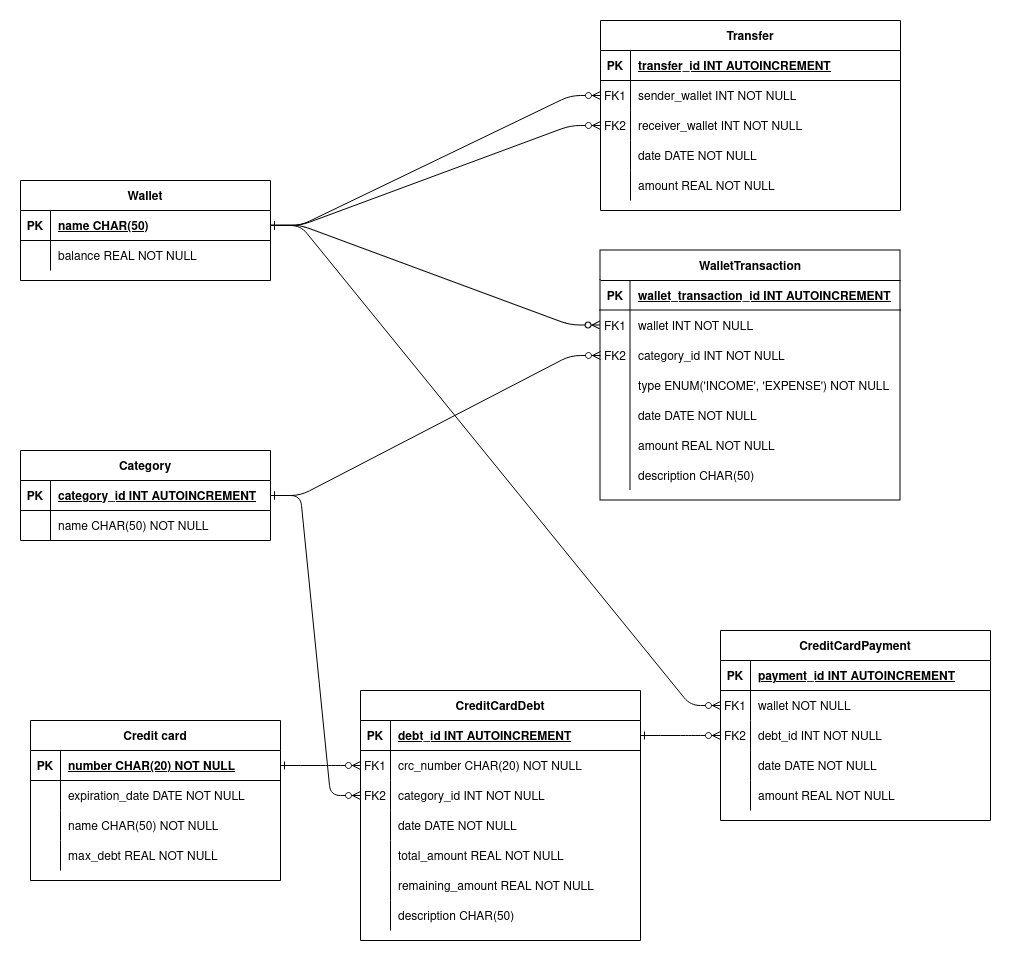
Before: docs/db_ER_model.png, a diagram exported from draw.io (luk3rr/MFN). Source tidied: cells renumbered, new cells last; positions are measured from the earlier drawing's top-left corner, leaving out a move shared by most shapes.
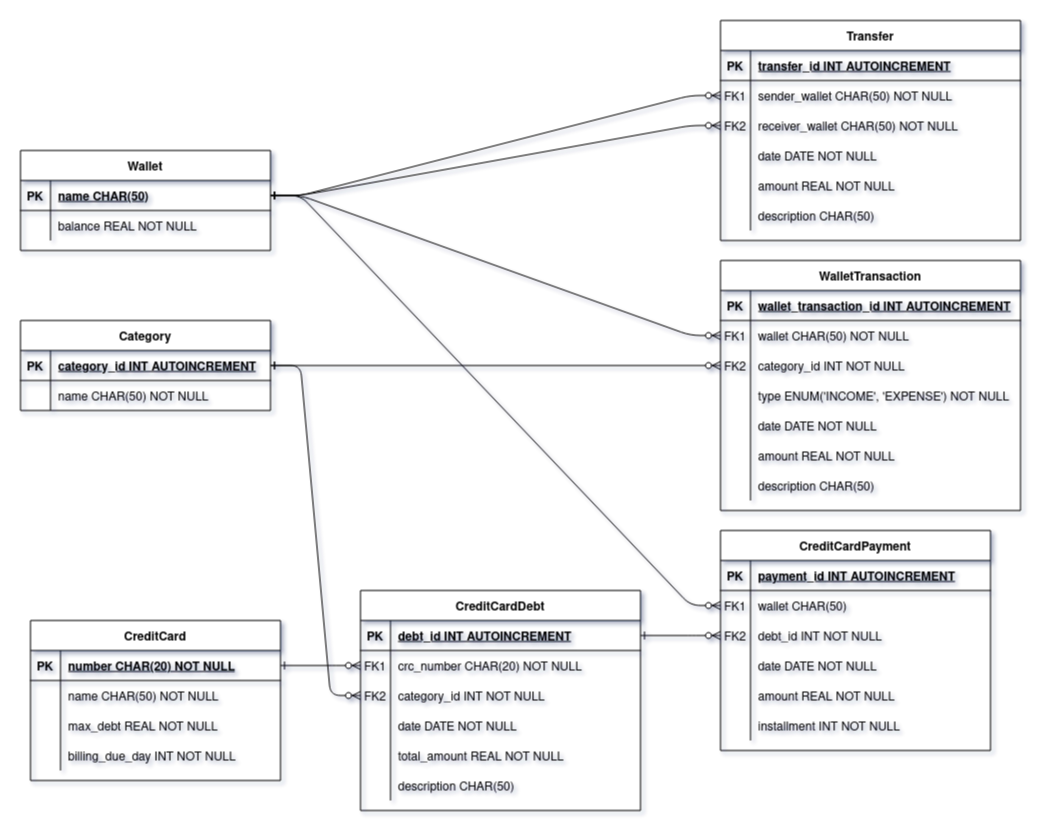
The same diagram one commit later.

What changed in the source:
```diff
@@ -6,7 +6,7 @@
       <mxGeometry relative="1" as="geometry" />
     </mxCell>
     <mxCell id="3" value="WalletTransaction" style="shape=table;startSize=30;rowLines=0;fontStyle=1;align=center;" parent="1" vertex="1">
-      <mxGeometry x="580" y="230" width="300" height="250" as="geometry" />
+      <mxGeometry x="700" y="270" width="300" height="250" as="geometry" />
     </mxCell>
     <mxCell id="4" style="shape=partialRectangle;fillColor=none;top=0;left=0;right=0;bottom=1;" parent="3" vertex="1">
       <mxGeometry y="30" width="300" height="30" as="geometry" />
@@ -23,7 +23,7 @@
     <mxCell id="8" value="FK1" style="shape=partialRectangle;overflow=hidden;fillColor=none;top=0;left=0;bottom=0;right=0;" parent="7" vertex="1">
       <mxGeometry width="30" height="30" as="geometry" />
     </mxCell>
-    <mxCell id="9" value="wallet INT NOT NULL" style="shape=partialRectangle;overflow=hidden;fillColor=none;top=0;left=0;bottom=0;right=0;align=left;spacingLeft=6;" parent="7" vertex="1">
+    <mxCell id="9" value="wallet CHAR(50) NOT NULL" style="shape=partialRectangle;overflow=hidden;fillColor=none;top=0;left=0;bottom=0;right=0;align=left;spacingLeft=6;" parent="7" vertex="1">
       <mxGeometry x="30" width="270" height="30" as="geometry" />
     </mxCell>
     <mxCell id="10" style="shape=partialRectangle;fillColor=none;points=[[0,0.5],[1,0.5]];portConstraint=eastwest;top=0;left=0;right=0;bottom=0;" parent="3" vertex="1">
@@ -71,8 +71,8 @@
     <mxCell id="24" value="description CHAR(50)" style="shape=partialRectangle;overflow=hidden;fillColor=none;top=0;left=0;bottom=0;right=0;align=left;spacingLeft=6;" parent="22" vertex="1">
       <mxGeometry x="30" width="270" height="30" as="geometry" />
     </mxCell>
-    <mxCell id="25" value="Credit card" style="shape=table;startSize=30;rowLines=0;fontStyle=1;align=center;" parent="1" vertex="1">
-      <mxGeometry x="10" y="700" width="250" height="160" as="geometry" />
+    <mxCell id="25" value="CreditCard" style="shape=table;startSize=30;rowLines=0;fontStyle=1;align=center;" parent="1" vertex="1">
+      <mxGeometry x="10" y="630" width="250" height="160" as="geometry" />
     </mxCell>
     <mxCell id="26" style="shape=partialRectangle;fillColor=none;points=[[0,0.5],[1,0.5]];portConstraint=eastwest;top=0;left=0;right=0;bottom=1;" parent="25" vertex="1">
       <mxGeometry y="30" width="250" height="30" as="geometry" />
@@ -89,20 +89,11 @@
     <mxCell id="30" style="shape=partialRectangle;overflow=hidden;fillColor=none;top=0;left=0;bottom=0;right=0;" parent="29" vertex="1">
       <mxGeometry width="30" height="30" as="geometry" />
     </mxCell>
-    <mxCell id="31" value="expiration_date DATE NOT NULL" style="shape=partialRectangle;overflow=hidden;fillColor=none;top=0;left=0;bottom=0;right=0;align=left;spacingLeft=6;" parent="29" vertex="1">
+    <mxCell id="31" style="shape=partialRectangle;overflow=hidden;fillColor=none;top=0;left=0;bottom=0;right=0;align=left;spacingLeft=6;" parent="29" vertex="1">
       <mxGeometry x="30" width="220" height="30" as="geometry" />
     </mxCell>
-    <mxCell id="32" style="shape=partialRectangle;fillColor=none;top=0;left=0;right=0;bottom=0;" parent="25" vertex="1">
-      <mxGeometry y="90" width="250" height="30" as="geometry" />
-    </mxCell>
-    <mxCell id="33" style="shape=partialRectangle;overflow=hidden;fillColor=none;top=0;left=0;bottom=0;right=0;" parent="32" vertex="1">
-      <mxGeometry width="30" height="30" as="geometry" />
-    </mxCell>
-    <mxCell id="34" value="name CHAR(50) NOT NULL" style="shape=partialRectangle;overflow=hidden;fillColor=none;top=0;left=0;bottom=0;right=0;align=left;spacingLeft=6;" parent="32" vertex="1">
-      <mxGeometry x="30" width="220" height="30" as="geometry" />
-    </mxCell>
     <mxCell id="35" style="shape=partialRectangle;fillColor=none;top=0;left=0;right=0;bottom=0;" parent="25" vertex="1">
-      <mxGeometry y="120" width="250" height="30" as="geometry" />
+      <mxGeometry y="90" width="250" height="30" as="geometry" />
     </mxCell>
     <mxCell id="36" style="shape=partialRectangle;overflow=hidden;fillColor=none;top=0;left=0;bottom=0;right=0;" parent="35" vertex="1">
       <mxGeometry width="30" height="30" as="geometry" />
@@ -110,6 +101,15 @@
     <mxCell id="37" value="max_debt REAL NOT NULL" style="shape=partialRectangle;overflow=hidden;fillColor=none;top=0;left=0;bottom=0;right=0;align=left;spacingLeft=6;" parent="35" vertex="1">
       <mxGeometry x="30" width="220" height="30" as="geometry" />
     </mxCell>
+    <mxCell id="115" style="shape=partialRectangle;fillColor=none;top=0;left=0;right=0;bottom=0;" parent="25" vertex="1">
+      <mxGeometry y="120" width="250" height="30" as="geometry" />
+    </mxCell>
+    <mxCell id="116" style="shape=partialRectangle;overflow=hidden;fillColor=none;top=0;left=0;bottom=0;right=0;" parent="115" vertex="1">
+      <mxGeometry width="30" height="30" as="geometry" />
+    </mxCell>
+    <mxCell id="117" style="shape=partialRectangle;overflow=hidden;fillColor=none;top=0;left=0;bottom=0;right=0;align=left;spacingLeft=6;" parent="115" vertex="1">
+      <mxGeometry x="30" width="220" height="30" as="geometry" />
+    </mxCell>
     <mxCell id="38" value="Wallet" style="shape=table;startSize=30;rowLines=0;fontStyle=1;align=center;" parent="1" vertex="1">
       <mxGeometry y="160" width="250" height="100" as="geometry" />
     </mxCell>
@@ -141,7 +141,7 @@
       <mxGeometry relative="1" as="geometry" />
     </mxCell>
     <mxCell id="48" value="Category" style="shape=table;startSize=30;rowLines=0;fontStyle=1;align=center;" parent="1" vertex="1">
-      <mxGeometry y="430" width="250" height="90" as="geometry" />
+      <mxGeometry y="330" width="250" height="90" as="geometry" />
     </mxCell>
     <mxCell id="49" style="shape=partialRectangle;fillColor=none;points=[[0,0.5],[1,0.5]];portConstraint=eastwest;top=0;left=0;right=0;bottom=1;" parent="48" vertex="1">
       <mxGeometry y="30" width="250" height="30" as="geometry" />
@@ -165,7 +165,7 @@
       <mxGeometry relative="1" as="geometry" />
     </mxCell>
     <mxCell id="56" value="CreditCardDebt" style="shape=table;startSize=30;rowLines=0;fontStyle=1;align=center;" parent="1" vertex="1">
-      <mxGeometry x="340" y="670" width="280" height="250" as="geometry" />
+      <mxGeometry x="340" y="600" width="280" height="220" as="geometry" />
     </mxCell>
     <mxCell id="57" style="shape=partialRectangle;fillColor=none;points=[[0,0.5],[1,0.5]];portConstraint=eastwest;top=0;left=0;right=0;bottom=1;" parent="56" vertex="1">
       <mxGeometry y="30" width="280" height="30" as="geometry" />
@@ -212,17 +212,8 @@
     <mxCell id="71" value="total_amount REAL NOT NULL" style="shape=partialRectangle;overflow=hidden;fillColor=none;top=0;left=0;bottom=0;right=0;align=left;spacingLeft=6;" parent="69" vertex="1">
       <mxGeometry x="30" width="250" height="30" as="geometry" />
     </mxCell>
-    <mxCell id="72" style="shape=partialRectangle;fillColor=none;top=0;left=0;right=0;bottom=0;" parent="56" vertex="1">
-      <mxGeometry y="180" width="280" height="30" as="geometry" />
-    </mxCell>
-    <mxCell id="73" value="            " style="shape=partialRectangle;overflow=hidden;fillColor=none;top=0;left=0;bottom=0;right=0;" parent="72" vertex="1">
-      <mxGeometry width="30" height="30" as="geometry" />
-    </mxCell>
-    <mxCell id="74" value="remaining_amount REAL NOT NULL" style="shape=partialRectangle;overflow=hidden;fillColor=none;top=0;left=0;bottom=0;right=0;align=left;spacingLeft=6;" parent="72" vertex="1">
-      <mxGeometry x="30" width="250" height="30" as="geometry" />
-    </mxCell>
     <mxCell id="75" style="shape=partialRectangle;fillColor=none;top=0;left=0;right=0;bottom=0;" parent="56" vertex="1">
-      <mxGeometry y="210" width="280" height="30" as="geometry" />
+      <mxGeometry y="180" width="280" height="30" as="geometry" />
     </mxCell>
     <mxCell id="76" value="            " style="shape=partialRectangle;overflow=hidden;fillColor=none;top=0;left=0;bottom=0;right=0;" parent="75" vertex="1">
       <mxGeometry width="30" height="30" as="geometry" />
@@ -234,7 +225,7 @@
       <mxGeometry relative="1" as="geometry" />
     </mxCell>
     <mxCell id="79" value="CreditCardPayment" style="shape=table;startSize=30;rowLines=0;fontStyle=1;align=center;" parent="1" vertex="1">
-      <mxGeometry x="700" y="610" width="270" height="190" as="geometry" />
+      <mxGeometry x="700" y="540" width="270" height="220" as="geometry" />
     </mxCell>
     <mxCell id="80" style="shape=partialRectangle;fillColor=none;top=0;left=0;right=0;bottom=1;" parent="79" vertex="1">
       <mxGeometry y="30" width="270" height="30" as="geometry" />
@@ -251,7 +242,7 @@
     <mxCell id="84" value="FK1" style="shape=partialRectangle;overflow=hidden;fillColor=none;top=0;left=0;bottom=0;right=0;" parent="83" vertex="1">
       <mxGeometry width="30" height="30" as="geometry" />
     </mxCell>
-    <mxCell id="85" value="wallet NOT NULL" style="shape=partialRectangle;overflow=hidden;fillColor=none;top=0;left=0;bottom=0;right=0;align=left;spacingLeft=6;" parent="83" vertex="1">
+    <mxCell id="85" value="wallet CHAR(50)" style="shape=partialRectangle;overflow=hidden;fillColor=none;top=0;left=0;bottom=0;right=0;align=left;spacingLeft=6;" parent="83" vertex="1">
       <mxGeometry x="30" width="240" height="30" as="geometry" />
     </mxCell>
     <mxCell id="86" style="shape=partialRectangle;fillColor=none;points=[[0,0.5],[1,0.5]];portConstraint=eastwest;top=0;left=0;right=0;bottom=0;" parent="79" vertex="1">
@@ -281,6 +272,15 @@
     <mxCell id="94" value="amount REAL NOT NULL" style="shape=partialRectangle;overflow=hidden;fillColor=none;top=0;left=0;bottom=0;right=0;align=left;spacingLeft=6;" parent="92" vertex="1">
       <mxGeometry x="30" width="240" height="30" as="geometry" />
     </mxCell>
+    <mxCell id="118" style="shape=partialRectangle;fillColor=none;top=0;left=0;right=0;bottom=0;" parent="79" vertex="1">
+      <mxGeometry y="180" width="270" height="30" as="geometry" />
+    </mxCell>
+    <mxCell id="119" value="            " style="shape=partialRectangle;overflow=hidden;fillColor=none;top=0;left=0;bottom=0;right=0;" parent="118" vertex="1">
+      <mxGeometry width="30" height="30" as="geometry" />
+    </mxCell>
+    <mxCell id="120" value="installment INT NOT NULL" style="shape=partialRectangle;overflow=hidden;fillColor=none;top=0;left=0;bottom=0;right=0;align=left;spacingLeft=6;" parent="118" vertex="1">
+      <mxGeometry x="30" width="240" height="30" as="geometry" />
+    </mxCell>
     <mxCell id="95" style="edgeStyle=entityRelationEdgeStyle;endArrow=ERzeroToMany;startArrow=ERone;endFill=1;startFill=0;entryX=0;entryY=0.5;entryDx=0;entryDy=0;exitX=1;exitY=0.5;exitDx=0;exitDy=0;" parent="1" edge="1" source="57" target="86">
       <mxGeometry relative="1" as="geometry" />
     </mxCell>
@@ -292,7 +292,7 @@
       </mxGeometry>
     </mxCell>
     <mxCell id="97" value="Transfer" style="shape=table;startSize=30;rowLines=0;fontStyle=1;align=center;" parent="1" vertex="1">
-      <mxGeometry x="580" width="300" height="190" as="geometry" />
+      <mxGeometry x="700" y="30" width="300" height="220" as="geometry" />
     </mxCell>
     <mxCell id="98" style="shape=partialRectangle;fillColor=none;top=0;left=0;right=0;bottom=1;" parent="97" vertex="1">
       <mxGeometry y="30" width="300" height="30" as="geometry" />
@@ -309,7 +309,7 @@
     <mxCell id="102" value="FK1" style="shape=partialRectangle;overflow=hidden;fillColor=none;top=0;left=0;bottom=0;right=0;" parent="101" vertex="1">
       <mxGeometry width="30" height="30" as="geometry" />
     </mxCell>
-    <mxCell id="103" value="sender_wallet INT NOT NULL" style="shape=partialRectangle;overflow=hidden;fillColor=none;top=0;left=0;bottom=0;right=0;align=left;spacingLeft=6;" parent="101" vertex="1">
+    <mxCell id="103" value="sender_wallet CHAR(50) NOT NULL" style="shape=partialRectangle;overflow=hidden;fillColor=none;top=0;left=0;bottom=0;right=0;align=left;spacingLeft=6;" parent="101" vertex="1">
       <mxGeometry x="30" width="270" height="30" as="geometry" />
     </mxCell>
     <mxCell id="104" style="shape=partialRectangle;fillColor=none;points=[[0,0.5],[1,0.5]];portConstraint=eastwest;top=0;left=0;right=0;bottom=0;" parent="97" vertex="1">
@@ -318,7 +318,7 @@
     <mxCell id="105" value="FK2" style="shape=partialRectangle;overflow=hidden;fillColor=none;top=0;left=0;bottom=0;right=0;" parent="104" vertex="1">
       <mxGeometry width="30" height="30" as="geometry" />
     </mxCell>
-    <mxCell id="106" value="receiver_wallet INT NOT NULL" style="shape=partialRectangle;overflow=hidden;fillColor=none;top=0;left=0;bottom=0;right=0;align=left;spacingLeft=6;" parent="104" vertex="1">
+    <mxCell id="106" value="receiver_wallet CHAR(50) NOT NULL" style="shape=partialRectangle;overflow=hidden;fillColor=none;top=0;left=0;bottom=0;right=0;align=left;spacingLeft=6;" parent="104" vertex="1">
       <mxGeometry x="30" width="270" height="30" as="geometry" />
     </mxCell>
     <mxCell id="107" style="shape=partialRectangle;fillColor=none;top=0;left=0;right=0;bottom=0;" parent="97" vertex="1">
@@ -339,11 +339,32 @@
     <mxCell id="112" value="amount REAL NOT NULL" style="shape=partialRectangle;overflow=hidden;fillColor=none;top=0;left=0;bottom=0;right=0;align=left;spacingLeft=6;" parent="110" vertex="1">
       <mxGeometry x="30" width="270" height="30" as="geometry" />
     </mxCell>
+    <mxCell id="121" style="shape=partialRectangle;fillColor=none;top=0;left=0;right=0;bottom=0;" parent="97" vertex="1">
+      <mxGeometry y="180" width="300" height="30" as="geometry" />
+    </mxCell>
+    <mxCell id="122" value="            " style="shape=partialRectangle;overflow=hidden;fillColor=none;top=0;left=0;bottom=0;right=0;" parent="121" vertex="1">
+      <mxGeometry width="30" height="30" as="geometry" />
+    </mxCell>
+    <mxCell id="123" value="description CHAR(50)" style="shape=partialRectangle;overflow=hidden;fillColor=none;top=0;left=0;bottom=0;right=0;align=left;spacingLeft=6;" parent="121" vertex="1">
+      <mxGeometry x="30" width="270" height="30" as="geometry" />
+    </mxCell>
     <mxCell id="113" style="edgeStyle=entityRelationEdgeStyle;endArrow=ERzeroToMany;startArrow=ERone;endFill=1;startFill=0;entryX=0;entryY=0.5;entryDx=0;entryDy=0;exitX=1;exitY=0.5;exitDx=0;exitDy=0;" parent="1" edge="1" source="39" target="101">
       <mxGeometry relative="1" as="geometry" />
     </mxCell>
     <mxCell id="114" style="edgeStyle=entityRelationEdgeStyle;endArrow=ERzeroToMany;startArrow=ERone;endFill=1;startFill=0;entryX=0;entryY=0.5;entryDx=0;entryDy=0;exitX=1;exitY=0.5;exitDx=0;exitDy=0;" parent="1" edge="1" source="39" target="104">
       <mxGeometry relative="1" as="geometry" />
     </mxCell>
+    <mxCell id="34" value="name CHAR(50) NOT NULL" style="shape=partialRectangle;overflow=hidden;fillColor=none;top=0;left=0;bottom=0;right=0;align=left;spacingLeft=6;" parent="1" vertex="1">
+      <mxGeometry x="40" y="690" width="220" height="30" as="geometry" />
+    </mxCell>
+    <mxCell id="124" style="shape=partialRectangle;fillColor=none;top=0;left=0;right=0;bottom=0;" parent="1" vertex="1">
+      <mxGeometry x="10" y="750" width="250" height="30" as="geometry" />
+    </mxCell>
+    <mxCell id="125" style="shape=partialRectangle;overflow=hidden;fillColor=none;top=0;left=0;bottom=0;right=0;" parent="124" vertex="1">
+      <mxGeometry width="30" height="30" as="geometry" />
+    </mxCell>
+    <mxCell id="126" value="billing_due_day INT NOT NULL" style="shape=partialRectangle;overflow=hidden;fillColor=none;top=0;left=0;bottom=0;right=0;align=left;spacingLeft=6;" parent="124" vertex="1">
+      <mxGeometry x="30" width="220" height="30" as="geometry" />
+    </mxCell>
   </root>
 </mxGraphModel>
```
